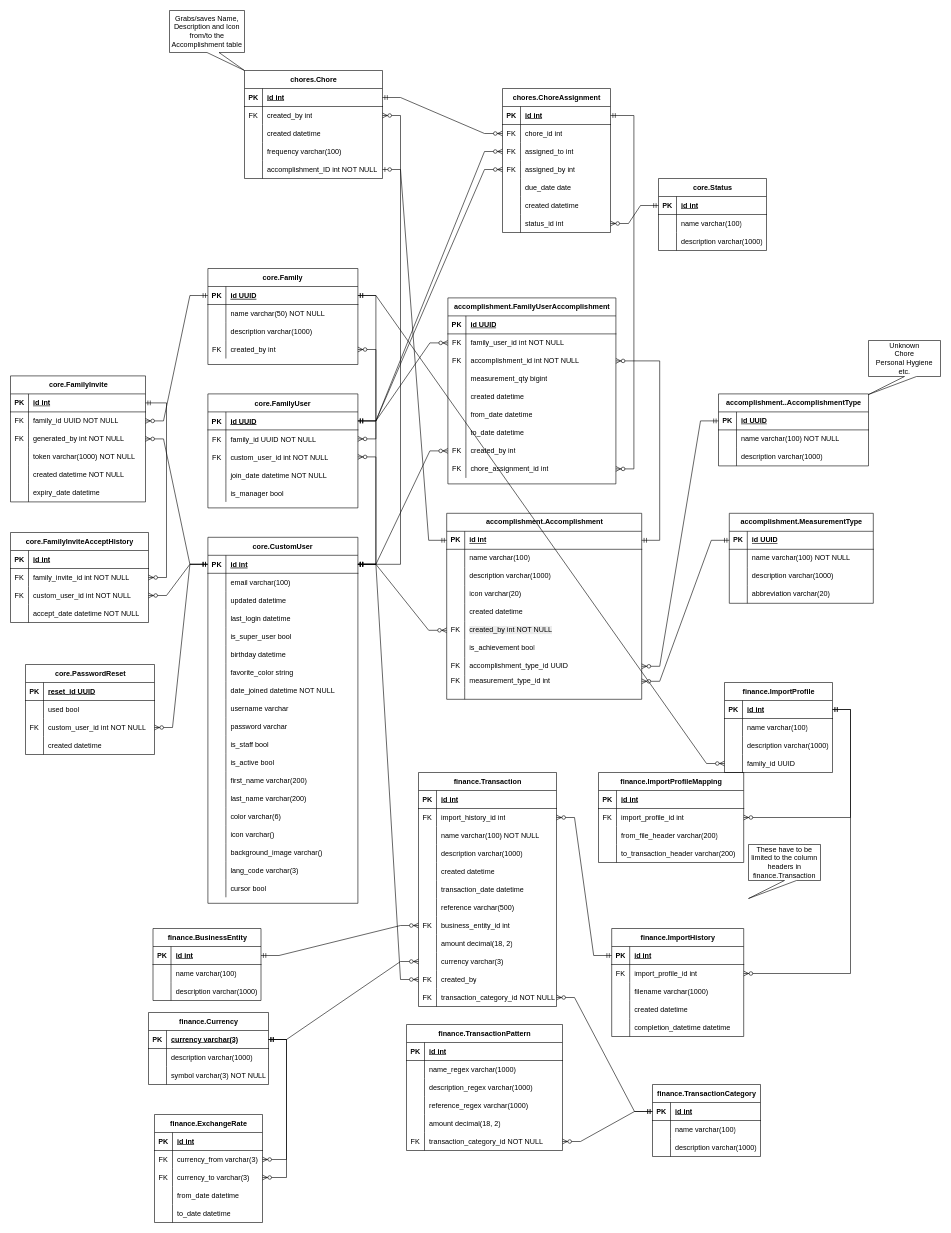
Earlier version of the draw.io diagram documentation/erds/FamilyThingsERD.drawio (WimpieRatte/FamilyThings). Source tidied: cells renumbered, new cells numbered last; positions are measured from the earlier drawing's top-left corner, leaving out a move shared by most shapes. Both pictures are drawn from the tidied source at 60%, with x=0, y=0 at pixel (10, 10).
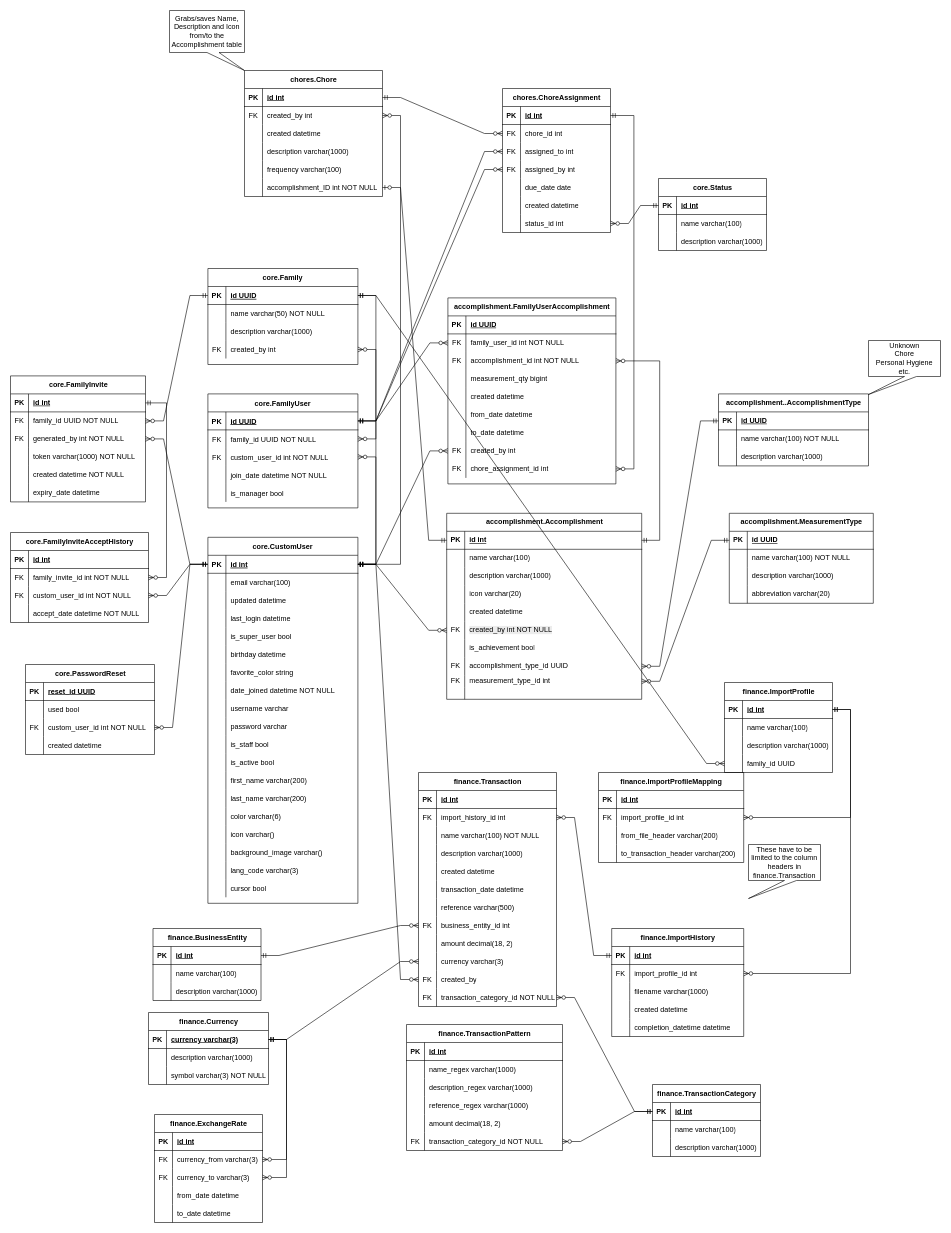
The same diagram, later.

Diff of the diagram source:
```diff
@@
     <mxCell id="288" value="chores.Chore" style="shape=table;startSize=30;childLayout=tableLayout;rowLines=0;fontStyle=1;align=center;html=1;" parent="1" vertex="1">
-      <mxGeometry x="390" y="100" width="230" height="180" as="geometry" />
+      <mxGeometry x="390" y="100" width="230" height="210" as="geometry" />
     </mxCell>
@@
+    <mxCell id="443" style="shape=tableRow;horizontal=0;startSize=0;swimlaneHead=0;swimlaneBody=0;fillColor=none;top=0;left=0;right=0;bottom=0;" parent="288" vertex="1">
+      <mxGeometry y="120" width="230" height="30" as="geometry" />
+    </mxCell>
+    <mxCell id="444" style="shape=partialRectangle;fillColor=none;top=0;left=0;bottom=0;right=0;overflow=hidden;whiteSpace=wrap;html=1;" parent="443" vertex="1">
+      <mxGeometry width="30" height="30" as="geometry" />
+    </mxCell>
+    <mxCell id="445" value="description varchar(1000)" style="shape=partialRectangle;fillColor=none;top=0;left=0;bottom=0;right=0;align=left;spacingLeft=6;overflow=hidden;whiteSpace=wrap;html=1;" parent="443" vertex="1">
+      <mxGeometry x="30" width="200" height="30" as="geometry" />
+    </mxCell>
     <mxCell id="298" style="shape=tableRow;horizontal=0;startSize=0;swimlaneHead=0;swimlaneBody=0;fillColor=none;top=0;left=0;right=0;bottom=0;" parent="288" vertex="1">
-      <mxGeometry y="120" width="230" height="30" as="geometry" />
+      <mxGeometry y="150" width="230" height="30" as="geometry" />
     </mxCell>
@@
     <mxCell id="301" style="shape=tableRow;horizontal=0;startSize=0;swimlaneHead=0;swimlaneBody=0;fillColor=none;points=[[0,0.5],[1,0.5]];portConstraint=eastwest;top=0;left=0;right=0;bottom=0;" parent="288" vertex="1">
-      <mxGeometry y="150" width="230" height="30" as="geometry" />
+      <mxGeometry y="180" width="230" height="30" as="geometry" />
     </mxCell>
```
